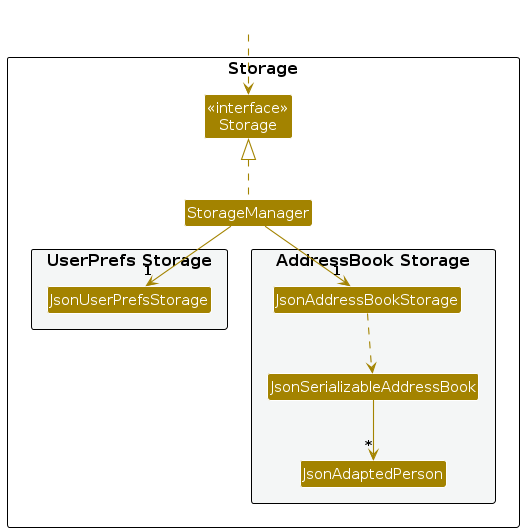
Before: diagrams/StorageClassDiagram.png, a diagram exported from PlantUML (AY2627S1-CS2103T-W11-4/tp). Its source is kept beside it as diagrams/StorageClassDiagram.puml. Its diagram source:
```plantuml
@startuml
!include style.puml
skinparam arrowThickness 1.1
skinparam arrowColor STORAGE_COLOR
skinparam classBackgroundColor STORAGE_COLOR

package Storage as StoragePackage {

Class "<<interface>>\nStorage" as Storage
Class StorageManager

package "UserPrefs Storage" #F4F6F6{
Class JsonUserPrefsStorage
}

package "AddressBook Storage" #F4F6F6{
Class JsonAddressBookStorage
Class JsonSerializableAddressBook
Class JsonAdaptedPerson
}

}

Class HiddenOutside #FFFFFF
HiddenOutside ..> Storage

StorageManager .up.|> Storage
StorageManager -down-> "1" JsonUserPrefsStorage
StorageManager -down-> "1" JsonAddressBookStorage

JsonAddressBookStorage ..> JsonSerializableAddressBook
JsonSerializableAddressBook --> "*" JsonAdaptedPerson

@enduml
```
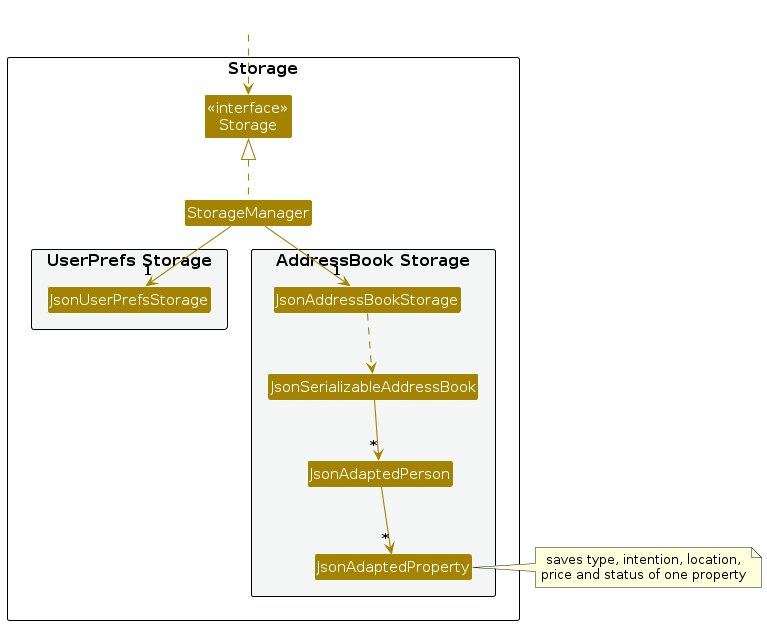
Above is the later version.

Change to the diagram source:
```diff
@@ -17,6 +17,7 @@
 Class JsonAddressBookStorage
 Class JsonSerializableAddressBook
 Class JsonAdaptedPerson
+Class JsonAdaptedProperty
 }
 
 }
@@ -30,5 +31,7 @@
 
 JsonAddressBookStorage ..> JsonSerializableAddressBook
 JsonSerializableAddressBook --> "*" JsonAdaptedPerson
+JsonAdaptedPerson --> "*" JsonAdaptedProperty
+note right of JsonAdaptedProperty: saves type, intention, location,\nprice and status of one property
 
 @enduml
```
